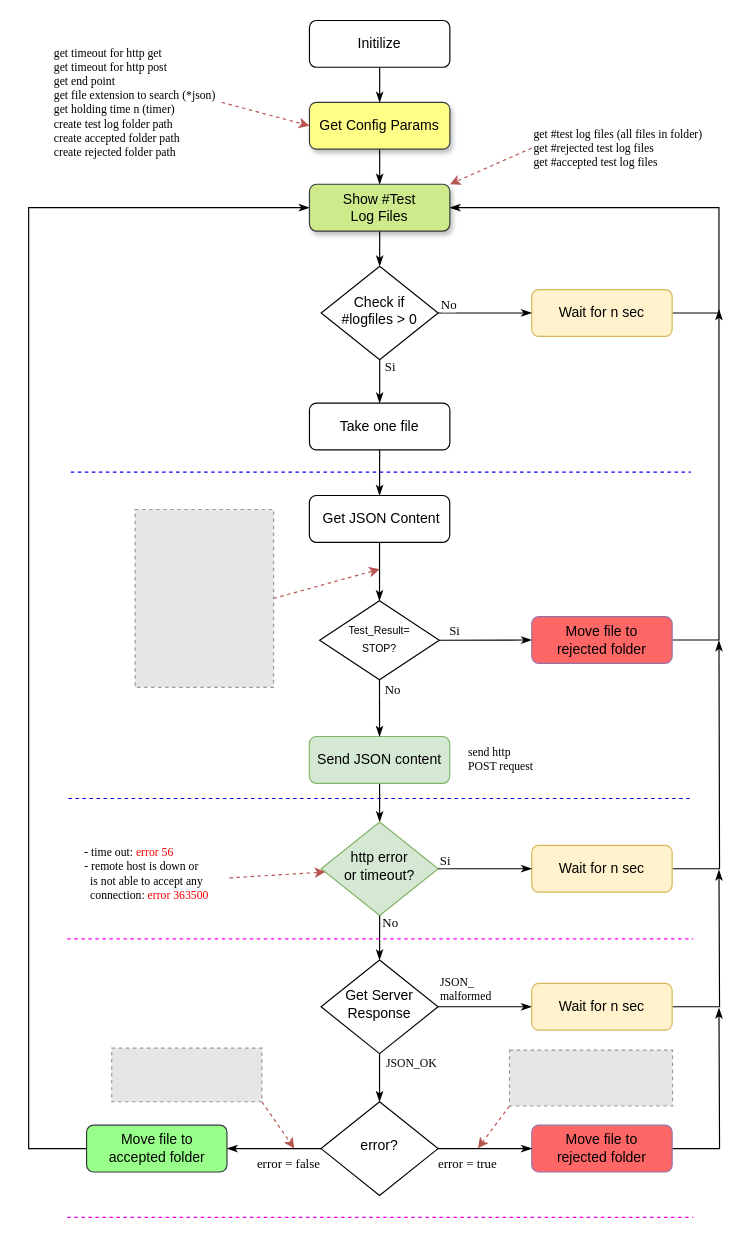
The draw.io diagram miscellaneous/Diagrama de flujo del programa.drawio in rnt-code/Registration-Service-QMH-based, before the edit. Source tidied: cells renumbered, new cells numbered last; positions are measured from the earlier drawing's top-left corner, leaving out a move shared by most shapes. Both pictures are drawn from the tidied source at 117%, with x=0, y=0 at pixel (28, 20). Pictures stored in the file or linked from it are replaced by grey dashed boxes.
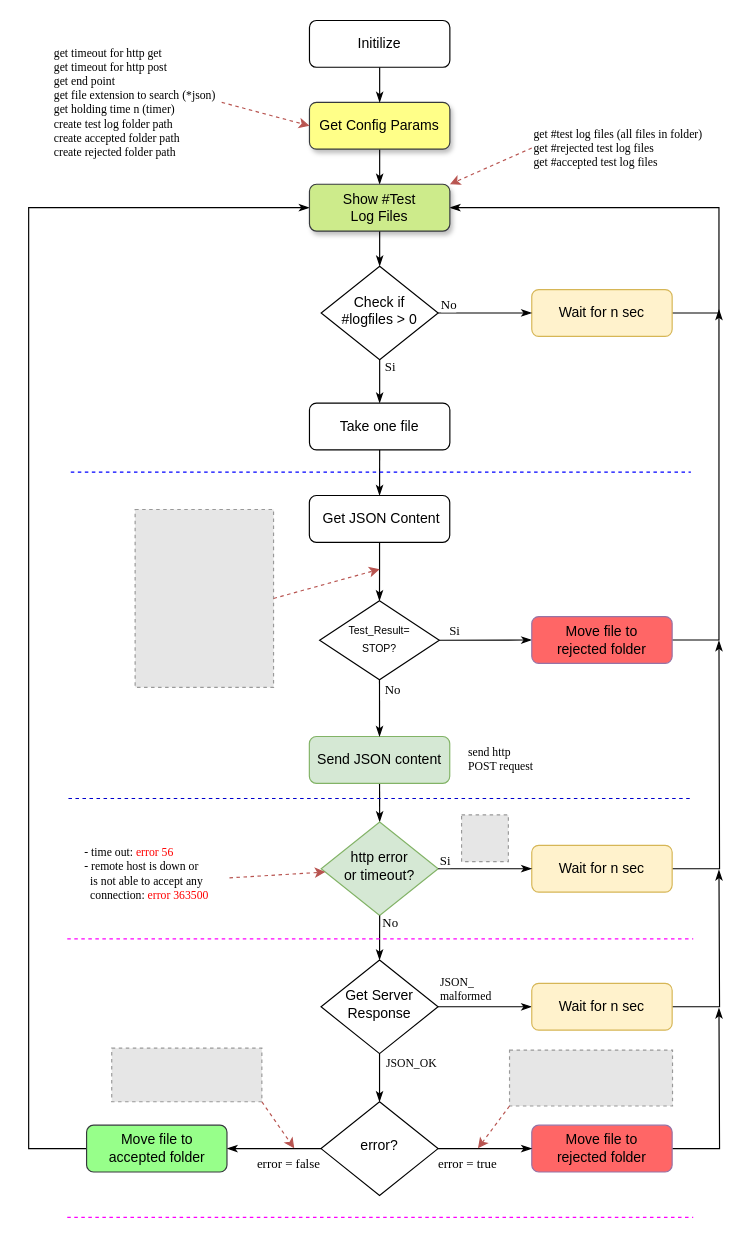
After the change.

Change to the diagram source:
```diff
@@
+    <mxCell id="68" style="fillColor=#E6E6E6;strokeColor=#999999;dashed=1;verticalLabelPosition=bottom;labelBackgroundColor=default;verticalAlign=top;" parent="1" vertex="1">
+      <mxGeometry x="370" y="679" width="40" height="40" as="geometry" />
+    </mxCell>
```
